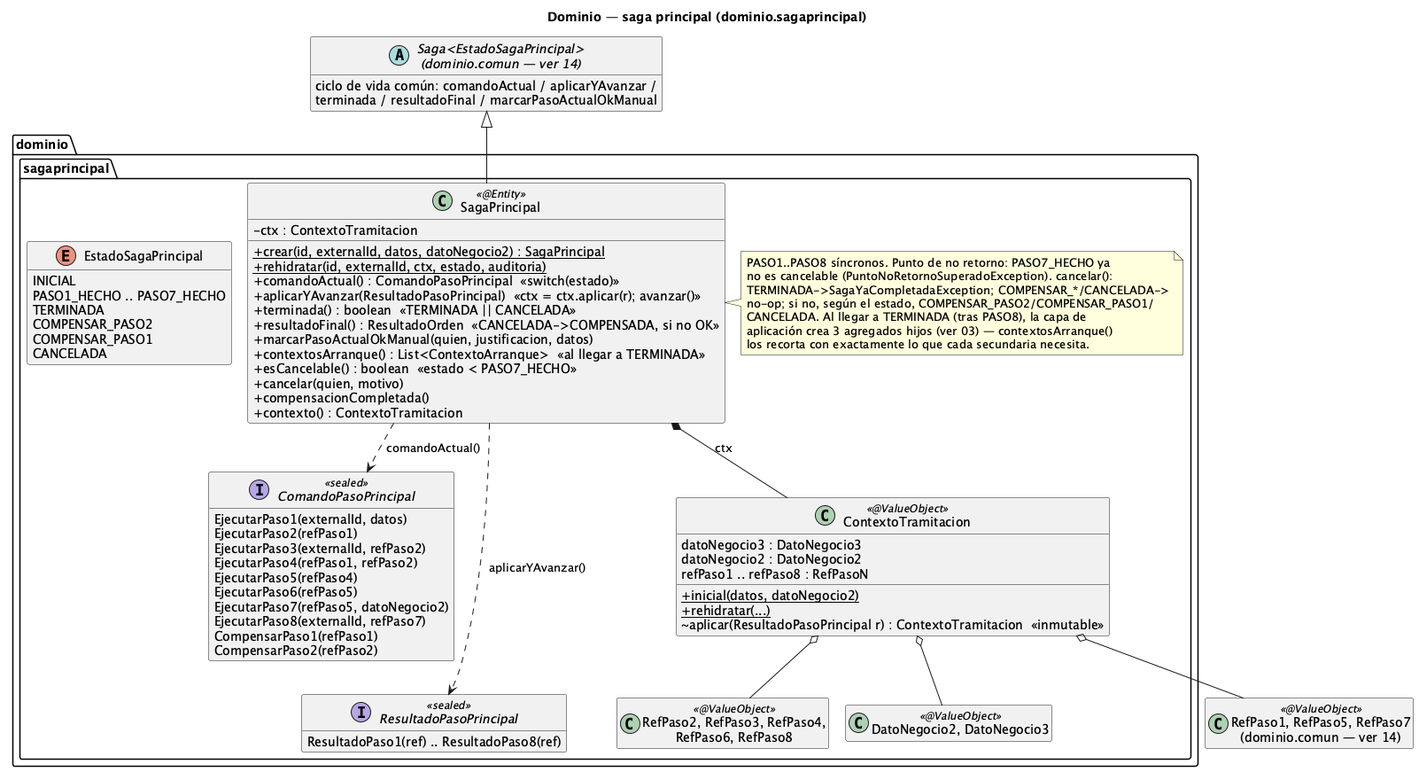
This is order-manager/docs/15-clases-dominio-saga-principal.png from ralcazar/patrones, a PlantUML export, as it was before one commit.
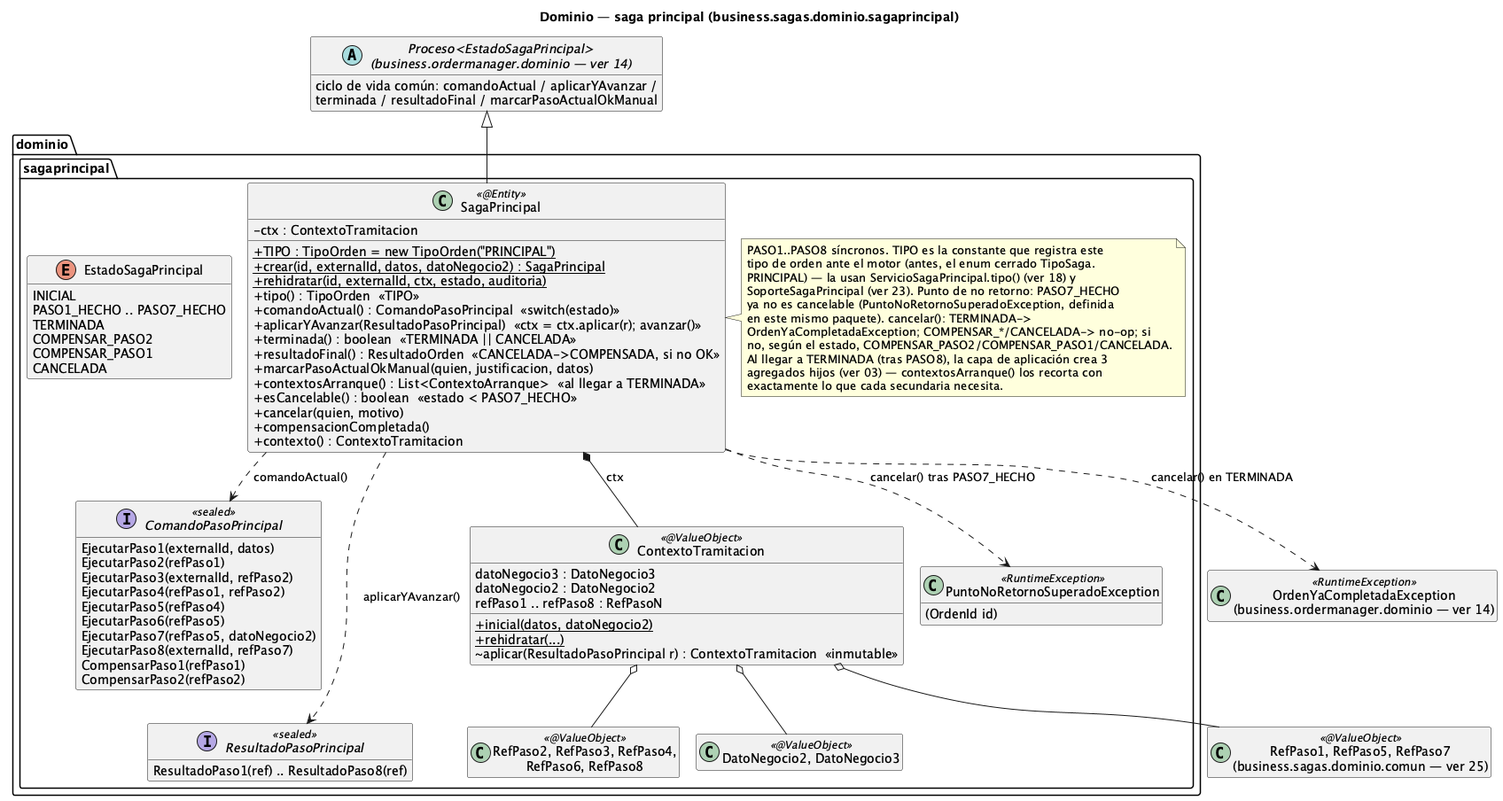
Later version of the same file.

Diff of the diagram source:
```diff
@@ -1,20 +1,21 @@
 @startuml 15-clases-dominio-saga-principal
-!pragma layout smetana
-title Dominio — saga principal (dominio.sagaprincipal)
+title Dominio — saga principal (business.sagas.dominio.sagaprincipal)
 !pragma layout smetana
 hide empty members
 skinparam classAttributeIconSize 0
 
-abstract class "Saga<EstadoSagaPrincipal>\n(dominio.comun — ver 14)" as Saga {
+abstract class "Proceso<EstadoSagaPrincipal>\n(business.ordermanager.dominio — ver 14)" as Proceso {
   ciclo de vida común: comandoActual / aplicarYAvanzar /
   terminada / resultadoFinal / marcarPasoActualOkManual
 }
 
 package "dominio.sagaprincipal" {
   class SagaPrincipal <<@Entity>> {
+    +{static} TIPO : TipoOrden = new TipoOrden("PRINCIPAL")
     -ctx : ContextoTramitacion
     +{static} crear(id, externalId, datos, datoNegocio2) : SagaPrincipal
     +{static} rehidratar(id, externalId, ctx, estado, auditoria)
+    +tipo() : TipoOrden  «TIPO»
     +comandoActual() : ComandoPasoPrincipal  «switch(estado)»
     +aplicarYAvanzar(ResultadoPasoPrincipal)  «ctx = ctx.aplicar(r); avanzar()»
     +terminada() : boolean  «TERMINADA || CANCELADA»
@@ -27,13 +28,17 @@
     +contexto() : ContextoTramitacion
   }
   note right of SagaPrincipal
-    PASO1..PASO8 síncronos. Punto de no retorno: PASO7_HECHO ya
-    no es cancelable (PuntoNoRetornoSuperadoException). cancelar():
-    TERMINADA->SagaYaCompletadaException; COMPENSAR_*/CANCELADA->
-    no-op; si no, según el estado, COMPENSAR_PASO2/COMPENSAR_PASO1/
-    CANCELADA. Al llegar a TERMINADA (tras PASO8), la capa de
-    aplicación crea 3 agregados hijos (ver 03) — contextosArranque()
-    los recorta con exactamente lo que cada secundaria necesita.
+    PASO1..PASO8 síncronos. TIPO es la constante que registra este
+    tipo de orden ante el motor (antes, el enum cerrado TipoSaga.
+    PRINCIPAL) — la usan ServicioSagaPrincipal.tipo() (ver 18) y
+    SoporteSagaPrincipal (ver 23). Punto de no retorno: PASO7_HECHO
+    ya no es cancelable (PuntoNoRetornoSuperadoException, definida
+    en este mismo paquete). cancelar(): TERMINADA->
+    OrdenYaCompletadaException; COMPENSAR_*/CANCELADA-> no-op; si
+    no, según el estado, COMPENSAR_PASO2/COMPENSAR_PASO1/CANCELADA.
+    Al llegar a TERMINADA (tras PASO8), la capa de aplicación crea 3
+    agregados hijos (ver 03) — contextosArranque() los recorta con
+    exactamente lo que cada secundaria necesita.
   end note
 
   enum EstadoSagaPrincipal {
@@ -70,14 +75,20 @@
   }
   class "RefPaso2, RefPaso3, RefPaso4,\nRefPaso6, RefPaso8" as RefsPropias <<@ValueObject>>
   class "DatoNegocio2, DatoNegocio3" as Datos <<@ValueObject>>
+  class PuntoNoRetornoSuperadoException <<RuntimeException>> {
+    (OrdenId id)
+  }
 }
 
-class "RefPaso1, RefPaso5, RefPaso7\n(dominio.comun — ver 14)" as RefsComunes <<@ValueObject>>
+class "RefPaso1, RefPaso5, RefPaso7\n(business.sagas.dominio.comun — ver 25)" as RefsComunes <<@ValueObject>>
+class "OrdenYaCompletadaException\n(business.ordermanager.dominio — ver 14)" as OrdenYaCompletada <<RuntimeException>>
 
-Saga <|-down- SagaPrincipal
+Proceso <|-down- SagaPrincipal
 SagaPrincipal *-- ContextoTramitacion : ctx
 SagaPrincipal ..> ComandoPasoPrincipal : comandoActual()
 SagaPrincipal ..> ResultadoPasoPrincipal : aplicarYAvanzar()
+SagaPrincipal ..> PuntoNoRetornoSuperadoException : cancelar() tras PASO7_HECHO
+SagaPrincipal ..> OrdenYaCompletada : cancelar() en TERMINADA
 ContextoTramitacion o-- RefsPropias
 ContextoTramitacion o-- RefsComunes
 ContextoTramitacion o-- Datos
```
